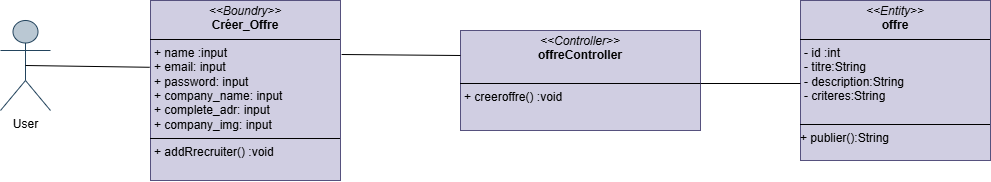
Earlier version of the draw.io export Diagramme classe Créer et publier des offres d'emploi .drawio.png (chirine1/-project). Source tidied: cells renumbered, new cells last; positions are measured from the earlier drawing's top-left corner, leaving out a move shared by most shapes. Its diagram source:
```xml
<mxGraphModel>
  <root>
    <mxCell id="0" />
    <mxCell id="1" parent="0" />
    <mxCell id="2" value="User" style="shape=umlActor;verticalLabelPosition=bottom;verticalAlign=top;html=1;outlineConnect=0;fillColor=#bac8d3;strokeColor=#23445d;" parent="1" vertex="1">
      <mxGeometry y="20" width="50" height="90" as="geometry" />
    </mxCell>
    <mxCell id="3" value="&lt;p style=&quot;margin:0px;margin-top:4px;text-align:center;&quot;&gt;&lt;i&gt;&amp;lt;&amp;lt;Entity&amp;gt;&amp;gt;&lt;/i&gt;&lt;br&gt;&lt;b&gt;offre&lt;/b&gt;&lt;/p&gt;&lt;hr size=&quot;1&quot; style=&quot;border-style:solid;&quot;&gt;&lt;p style=&quot;margin:0px;margin-left:4px;&quot;&gt;&lt;span style=&quot;background-color: initial;&quot;&gt;- id :int&lt;/span&gt;&lt;/p&gt;&lt;p style=&quot;margin:0px;margin-left:4px;&quot;&gt;&lt;span style=&quot;text-wrap: nowrap;&quot;&gt;- titre:String&lt;/span&gt;&lt;span style=&quot;background-color: initial;&quot;&gt;&lt;br&gt;&lt;/span&gt;&lt;/p&gt;&lt;p style=&quot;margin:0px;margin-left:4px;&quot;&gt;&lt;span style=&quot;text-wrap: nowrap;&quot;&gt;- description:String&lt;/span&gt;&lt;span style=&quot;text-wrap: nowrap;&quot;&gt;&lt;br&gt;&lt;/span&gt;&lt;/p&gt;&lt;p style=&quot;margin:0px;margin-left:4px;&quot;&gt;&lt;span style=&quot;text-wrap: nowrap;&quot;&gt;- criteres:String&lt;/span&gt;&lt;span style=&quot;text-wrap: nowrap;&quot;&gt;&lt;br&gt;&lt;/span&gt;&lt;/p&gt;&lt;p style=&quot;margin:0px;margin-left:4px;&quot;&gt;&lt;br&gt;&lt;/p&gt;&lt;hr size=&quot;1&quot; style=&quot;border-style:solid;&quot;&gt;&lt;div&gt;&lt;span style=&quot;background-color: initial;&quot;&gt;+ publier():String&lt;/span&gt;&lt;/div&gt;&lt;div&gt;&lt;br&gt;&lt;/div&gt;" style="verticalAlign=top;align=left;overflow=fill;html=1;whiteSpace=wrap;fillColor=#d0cee2;strokeColor=#56517e;" parent="1" vertex="1">
      <mxGeometry x="800" width="190" height="160" as="geometry" />
    </mxCell>
    <mxCell id="4" value="&lt;p style=&quot;margin:0px;margin-top:4px;text-align:center;&quot;&gt;&lt;i&gt;&amp;lt;&amp;lt;Boundry&amp;gt;&amp;gt;&lt;/i&gt;&lt;br&gt;&lt;b&gt;Créer_Offre&lt;/b&gt;&lt;br&gt;&lt;/p&gt;&lt;hr size=&quot;1&quot; style=&quot;border-style:solid;&quot;&gt;&lt;p style=&quot;margin:0px;margin-left:4px;&quot;&gt;+ name :input&lt;/p&gt;&lt;p style=&quot;margin:0px;margin-left:4px;&quot;&gt;+ email: input&lt;/p&gt;&lt;p style=&quot;margin:0px;margin-left:4px;&quot;&gt;+ password: input&lt;/p&gt;&lt;p style=&quot;margin:0px;margin-left:4px;&quot;&gt;+ company_name: input&lt;/p&gt;&lt;p style=&quot;margin:0px;margin-left:4px;&quot;&gt;+ complete_adr: input&lt;/p&gt;&lt;p style=&quot;margin:0px;margin-left:4px;&quot;&gt;+ company_img: input&lt;/p&gt;&lt;hr size=&quot;1&quot; style=&quot;border-style:solid;&quot;&gt;&lt;p style=&quot;margin:0px;margin-left:4px;&quot;&gt;+ addRrecruiter() :void&lt;/p&gt;" style="verticalAlign=top;align=left;overflow=fill;html=1;whiteSpace=wrap;fillColor=#d0cee2;strokeColor=#56517e;" parent="1" vertex="1">
      <mxGeometry x="150" width="190" height="180" as="geometry" />
    </mxCell>
    <mxCell id="5" style="rounded=0;jettySize=auto;html=1;endArrow=none;endFill=0;exitX=0.5;exitY=0.5;exitDx=0;exitDy=0;exitPerimeter=0;entryX=-0.004;entryY=0.371;entryDx=0;entryDy=0;entryPerimeter=0;" parent="1" edge="1" source="2" target="4">
      <mxGeometry relative="1" as="geometry" />
    </mxCell>
    <mxCell id="6" value="&lt;p style=&quot;margin:0px;margin-top:4px;text-align:center;&quot;&gt;&lt;i&gt;&amp;lt;&amp;lt;Controller&amp;gt;&amp;gt;&lt;/i&gt;&lt;br&gt;&lt;b&gt;offreController&lt;/b&gt;&lt;/p&gt;&lt;p style=&quot;margin:0px;margin-left:4px;&quot;&gt;&lt;br&gt;&lt;/p&gt;&lt;hr size=&quot;1&quot; style=&quot;border-style:solid;&quot;&gt;&lt;p style=&quot;margin:0px;margin-left:4px;&quot;&gt;+ creeroffre() :void&lt;/p&gt;&lt;p style=&quot;margin:0px;margin-left:4px;&quot;&gt;&lt;br&gt;&lt;/p&gt;" style="verticalAlign=top;align=left;overflow=fill;html=1;whiteSpace=wrap;fillColor=#d0cee2;strokeColor=#56517e;" parent="1" vertex="1">
      <mxGeometry x="460" y="30" width="240" height="100" as="geometry" />
    </mxCell>
    <mxCell id="7" style="rounded=0;jettySize=auto;html=1;entryX=1.006;entryY=0.3;entryDx=0;entryDy=0;endArrow=none;endFill=0;exitX=0;exitY=0.25;exitDx=0;exitDy=0;entryPerimeter=0;" parent="1" edge="1" source="6" target="4">
      <mxGeometry relative="1" as="geometry" />
    </mxCell>
    <mxCell id="8" style="rounded=0;orthogonalLoop=1;jettySize=auto;html=1;endArrow=none;endFill=0;" parent="1" edge="1">
      <mxGeometry relative="1" as="geometry">
        <mxPoint x="700" y="83" as="sourcePoint" />
        <mxPoint x="800" y="83" as="targetPoint" />
        <Array as="points">
          <mxPoint x="800" y="83" />
        </Array>
      </mxGeometry>
    </mxCell>
  </root>
</mxGraphModel>
```
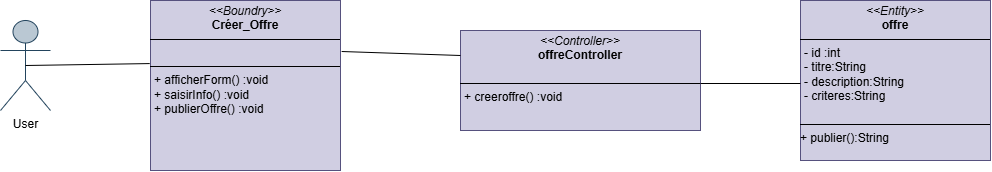
Later version of the same file.

Commit message:
Mettre à jour Diagramme classe Créer et publier des offres d'emploi .drawio.png

Diff of the diagram source:
```diff
@@ -8,8 +8,8 @@
     <mxCell id="3" value="&lt;p style=&quot;margin:0px;margin-top:4px;text-align:center;&quot;&gt;&lt;i&gt;&amp;lt;&amp;lt;Entity&amp;gt;&amp;gt;&lt;/i&gt;&lt;br&gt;&lt;b&gt;offre&lt;/b&gt;&lt;/p&gt;&lt;hr size=&quot;1&quot; style=&quot;border-style:solid;&quot;&gt;&lt;p style=&quot;margin:0px;margin-left:4px;&quot;&gt;&lt;span style=&quot;background-color: initial;&quot;&gt;- id :int&lt;/span&gt;&lt;/p&gt;&lt;p style=&quot;margin:0px;margin-left:4px;&quot;&gt;&lt;span style=&quot;text-wrap: nowrap;&quot;&gt;- titre:String&lt;/span&gt;&lt;span style=&quot;background-color: initial;&quot;&gt;&lt;br&gt;&lt;/span&gt;&lt;/p&gt;&lt;p style=&quot;margin:0px;margin-left:4px;&quot;&gt;&lt;span style=&quot;text-wrap: nowrap;&quot;&gt;- description:String&lt;/span&gt;&lt;span style=&quot;text-wrap: nowrap;&quot;&gt;&lt;br&gt;&lt;/span&gt;&lt;/p&gt;&lt;p style=&quot;margin:0px;margin-left:4px;&quot;&gt;&lt;span style=&quot;text-wrap: nowrap;&quot;&gt;- criteres:String&lt;/span&gt;&lt;span style=&quot;text-wrap: nowrap;&quot;&gt;&lt;br&gt;&lt;/span&gt;&lt;/p&gt;&lt;p style=&quot;margin:0px;margin-left:4px;&quot;&gt;&lt;br&gt;&lt;/p&gt;&lt;hr size=&quot;1&quot; style=&quot;border-style:solid;&quot;&gt;&lt;div&gt;&lt;span style=&quot;background-color: initial;&quot;&gt;+ publier():String&lt;/span&gt;&lt;/div&gt;&lt;div&gt;&lt;br&gt;&lt;/div&gt;" style="verticalAlign=top;align=left;overflow=fill;html=1;whiteSpace=wrap;fillColor=#d0cee2;strokeColor=#56517e;" parent="1" vertex="1">
       <mxGeometry x="800" width="190" height="160" as="geometry" />
     </mxCell>
-    <mxCell id="4" value="&lt;p style=&quot;margin:0px;margin-top:4px;text-align:center;&quot;&gt;&lt;i&gt;&amp;lt;&amp;lt;Boundry&amp;gt;&amp;gt;&lt;/i&gt;&lt;br&gt;&lt;b&gt;Créer_Offre&lt;/b&gt;&lt;br&gt;&lt;/p&gt;&lt;hr size=&quot;1&quot; style=&quot;border-style:solid;&quot;&gt;&lt;p style=&quot;margin:0px;margin-left:4px;&quot;&gt;+ name :input&lt;/p&gt;&lt;p style=&quot;margin:0px;margin-left:4px;&quot;&gt;+ email: input&lt;/p&gt;&lt;p style=&quot;margin:0px;margin-left:4px;&quot;&gt;+ password: input&lt;/p&gt;&lt;p style=&quot;margin:0px;margin-left:4px;&quot;&gt;+ company_name: input&lt;/p&gt;&lt;p style=&quot;margin:0px;margin-left:4px;&quot;&gt;+ complete_adr: input&lt;/p&gt;&lt;p style=&quot;margin:0px;margin-left:4px;&quot;&gt;+ company_img: input&lt;/p&gt;&lt;hr size=&quot;1&quot; style=&quot;border-style:solid;&quot;&gt;&lt;p style=&quot;margin:0px;margin-left:4px;&quot;&gt;+ addRrecruiter() :void&lt;/p&gt;" style="verticalAlign=top;align=left;overflow=fill;html=1;whiteSpace=wrap;fillColor=#d0cee2;strokeColor=#56517e;" parent="1" vertex="1">
-      <mxGeometry x="150" width="190" height="180" as="geometry" />
+    <mxCell id="4" value="&lt;p style=&quot;margin:0px;margin-top:4px;text-align:center;&quot;&gt;&lt;i&gt;&amp;lt;&amp;lt;Boundry&amp;gt;&amp;gt;&lt;/i&gt;&lt;br&gt;&lt;b&gt;Créer_Offre&lt;/b&gt;&lt;br&gt;&lt;/p&gt;&lt;hr size=&quot;1&quot; style=&quot;border-style:solid;&quot;&gt;&lt;p style=&quot;margin:0px;margin-left:4px;&quot;&gt;&lt;br&gt;&lt;/p&gt;&lt;hr size=&quot;1&quot; style=&quot;border-style:solid;&quot;&gt;&lt;p style=&quot;margin:0px;margin-left:4px;&quot;&gt;+ afficherForm() :void&lt;/p&gt;&lt;p style=&quot;margin:0px;margin-left:4px;&quot;&gt;+ saisirInfo() :void&lt;br&gt;&lt;/p&gt;&lt;p style=&quot;margin:0px;margin-left:4px;&quot;&gt;+ publierOffre() :void&lt;br&gt;&lt;/p&gt;" style="verticalAlign=top;align=left;overflow=fill;html=1;whiteSpace=wrap;fillColor=#d0cee2;strokeColor=#56517e;" parent="1" vertex="1">
+      <mxGeometry x="150" width="190" height="170" as="geometry" />
     </mxCell>
     <mxCell id="5" style="rounded=0;jettySize=auto;html=1;endArrow=none;endFill=0;exitX=0.5;exitY=0.5;exitDx=0;exitDy=0;exitPerimeter=0;entryX=-0.004;entryY=0.371;entryDx=0;entryDy=0;entryPerimeter=0;" parent="1" edge="1" source="2" target="4">
       <mxGeometry relative="1" as="geometry" />
```
